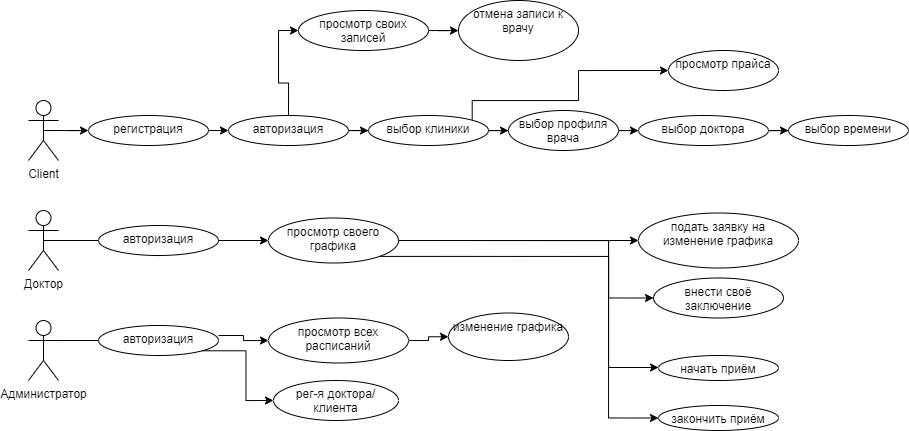
pablos-v/Java-IDEA keeps this draw.io diagram as src/Homework/use-case.drawio.png. Above is the earlier version. Source tidied: cells renumbered, new cells last; positions are measured from the earlier drawing's top-left corner, leaving out a move shared by most shapes.
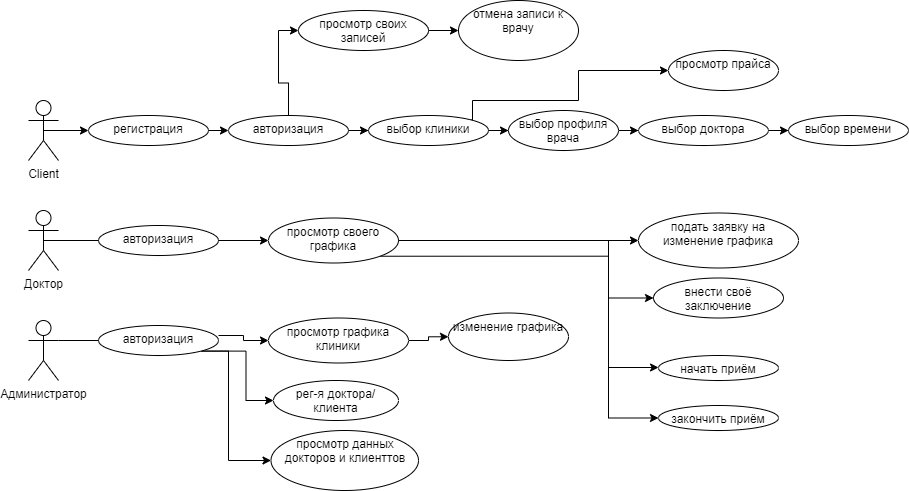
Above is the later version.

The edit, as a diff of the source:
```diff
@@ -92,7 +92,7 @@
         </Array>
       </mxGeometry>
     </mxCell>
-    <mxCell id="25" value="просмотр всех расписаний" style="ellipse;whiteSpace=wrap;html=1;verticalAlign=top;" parent="1" vertex="1">
+    <mxCell id="25" value="просмотр графика клиники" style="ellipse;whiteSpace=wrap;html=1;verticalAlign=top;" parent="1" vertex="1">
       <mxGeometry x="240" y="317.5" width="140" height="45" as="geometry" />
     </mxCell>
     <mxCell id="26" value="изменение графика" style="ellipse;whiteSpace=wrap;html=1;verticalAlign=top;" parent="1" vertex="1">
@@ -119,6 +119,14 @@
     <mxCell id="33" style="edgeStyle=orthogonalEdgeStyle;rounded=0;jettySize=auto;html=1;exitX=1;exitY=1;exitDx=0;exitDy=0;entryX=0;entryY=0.5;entryDx=0;entryDy=0;" parent="1" edge="1" source="34" target="41">
       <mxGeometry relative="1" as="geometry" />
     </mxCell>
+    <mxCell id="43" style="edgeStyle=orthogonalEdgeStyle;rounded=0;jettySize=auto;html=1;exitX=1;exitY=1;exitDx=0;exitDy=0;entryX=0;entryY=0.5;entryDx=0;entryDy=0;" parent="1" edge="1" source="34" target="44">
+      <mxGeometry relative="1" as="geometry">
+        <Array as="points">
+          <mxPoint x="200" y="351" />
+          <mxPoint x="200" y="460" />
+        </Array>
+      </mxGeometry>
+    </mxCell>
     <mxCell id="34" value="авторизация" style="ellipse;whiteSpace=wrap;html=1;verticalAlign=top;" parent="1" vertex="1">
       <mxGeometry x="70" y="325" width="120" height="30" as="geometry" />
     </mxCell>
@@ -146,5 +154,8 @@
     <mxCell id="42" value="отмена записи к врачу" style="ellipse;whiteSpace=wrap;html=1;verticalAlign=top;" parent="1" vertex="1">
       <mxGeometry x="430" width="120" height="60" as="geometry" />
     </mxCell>
+    <mxCell id="44" value="просмотр данных докторов и клиенттов" style="ellipse;whiteSpace=wrap;html=1;verticalAlign=top;" parent="1" vertex="1">
+      <mxGeometry x="242.5" y="430" width="147.5" height="60" as="geometry" />
+    </mxCell>
   </root>
 </mxGraphModel>
```
